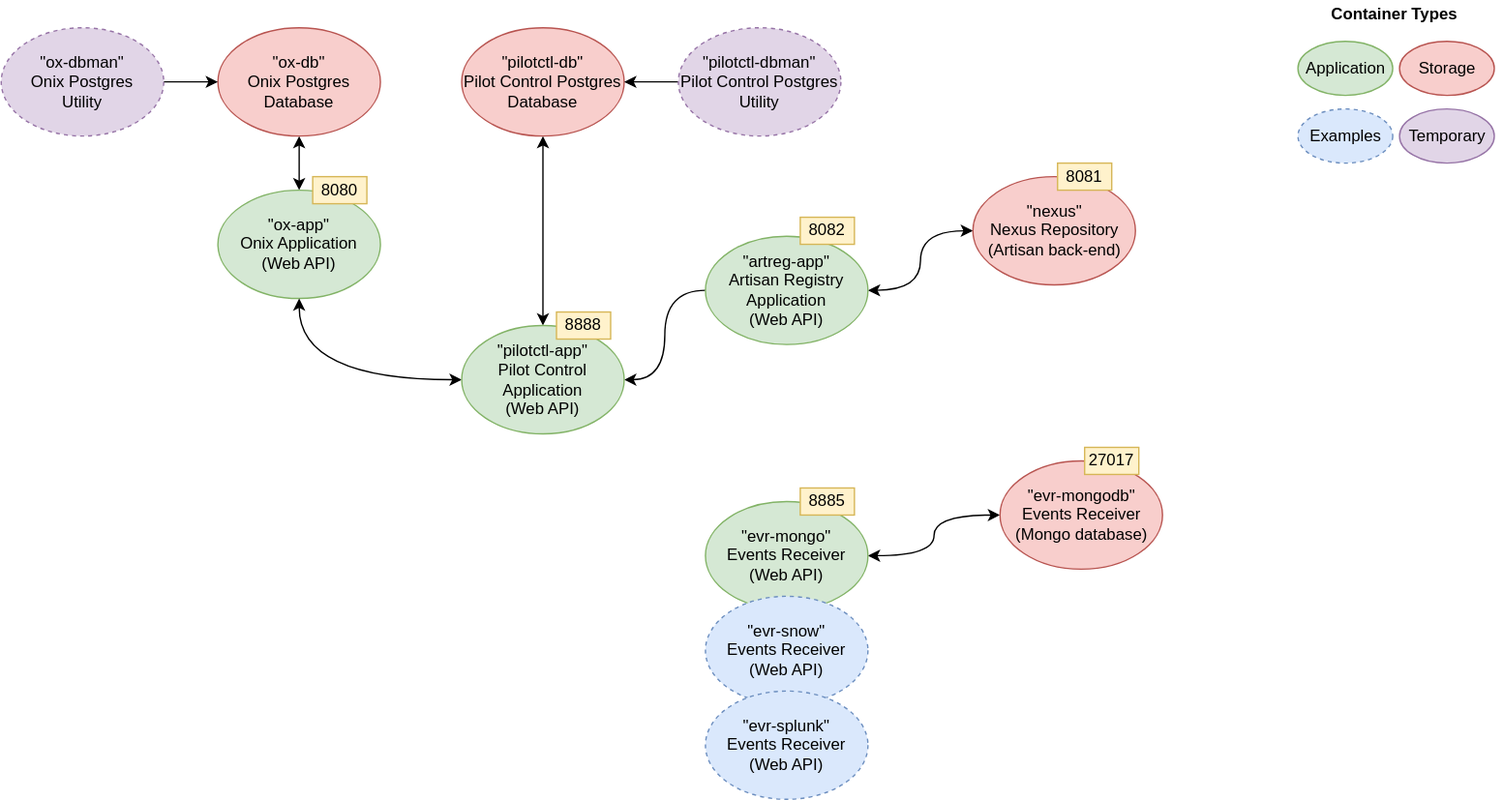
Before: pilotctl/docker/info-services.drawio.svg, a diagram exported from draw.io (gatblau/onix). Source tidied: cells renumbered, new cells last; positions are measured from the earlier drawing's top-left corner, leaving out a move shared by most shapes.
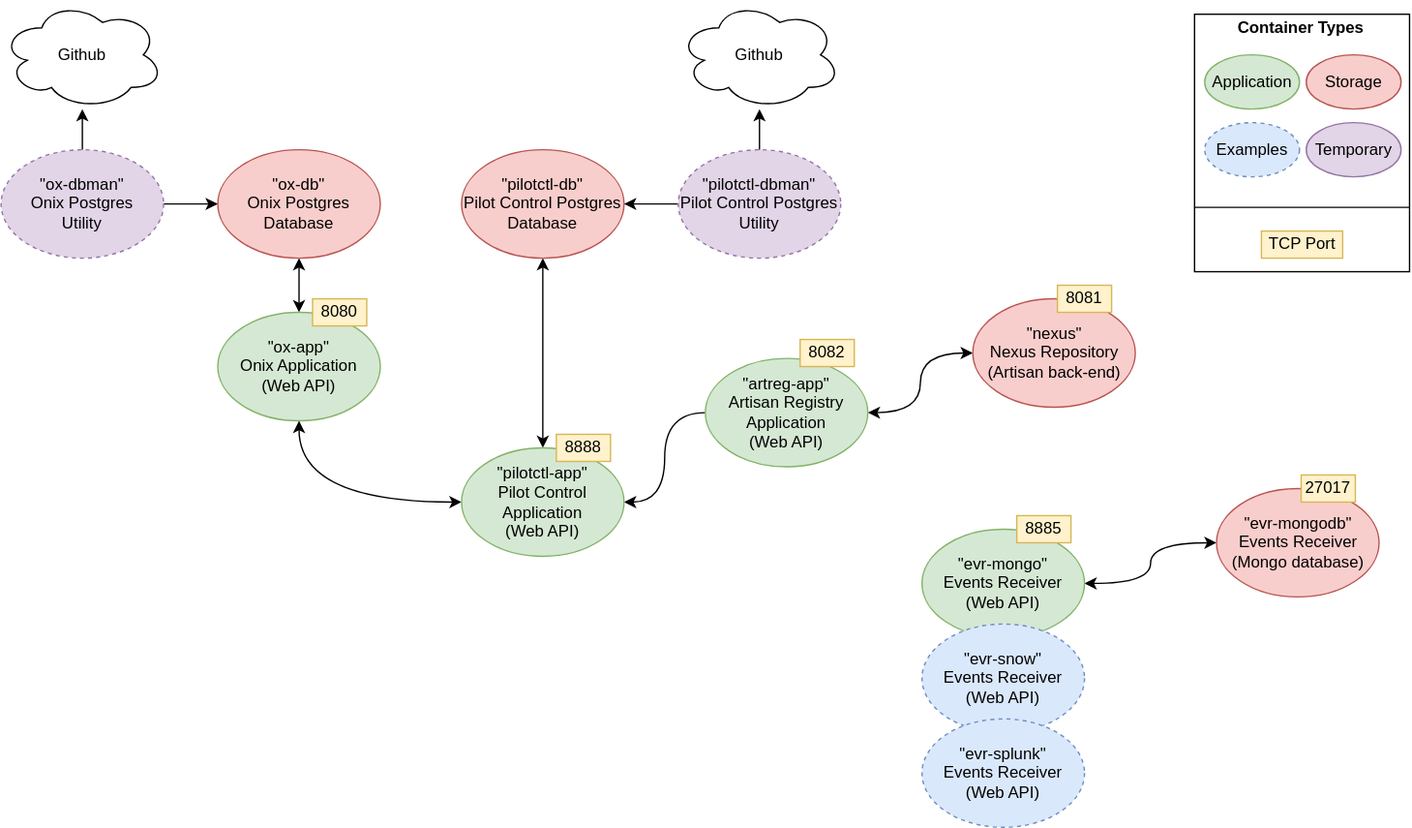
After the change.

Change to the diagram source:
```diff
@@ -2,6 +2,9 @@
   <root>
     <mxCell id="0" />
     <mxCell id="1" parent="0" />
+    <mxCell id="33" style="rounded=0;whiteSpace=wrap;html=1;" parent="1" vertex="1">
+      <mxGeometry x="881.2" y="-80" width="158.8" height="190" as="geometry" />
+    </mxCell>
     <mxCell id="2" style="edgeStyle=orthogonalEdgeStyle;rounded=0;jettySize=auto;html=1;startArrow=classic;startFill=1;curved=1;" parent="1" edge="1" source="3" target="4">
       <mxGeometry relative="1" as="geometry" />
     </mxCell>
@@ -14,6 +17,9 @@
     <mxCell id="5" style="edgeStyle=orthogonalEdgeStyle;rounded=0;jettySize=auto;html=1;curved=1;" parent="1" edge="1" source="6" target="4">
       <mxGeometry relative="1" as="geometry" />
     </mxCell>
+    <mxCell id="34" style="edgeStyle=orthogonalEdgeStyle;rounded=0;jettySize=auto;html=1;exitX=0.5;exitY=0;exitDx=0;exitDy=0;" parent="1" edge="1" source="6" target="36">
+      <mxGeometry relative="1" as="geometry" />
+    </mxCell>
     <mxCell id="6" value="&quot;ox-dbman&quot;&lt;br&gt;Onix Postgres&lt;br&gt;Utility" style="ellipse;whiteSpace=wrap;html=1;dashed=1;fillColor=#e1d5e7;strokeColor=#9673a6;" parent="1" vertex="1">
       <mxGeometry y="20" width="120" height="80" as="geometry" />
     </mxCell>
@@ -30,7 +36,7 @@
       <mxGeometry relative="1" as="geometry" />
     </mxCell>
     <mxCell id="11" value="&quot;evr-mongo&quot;&lt;br&gt;Events Receiver&lt;br&gt;(Web API)" style="ellipse;whiteSpace=wrap;html=1;fillColor=#d5e8d4;strokeColor=#82b366;" parent="1" vertex="1">
-      <mxGeometry x="520" y="370" width="120" height="80" as="geometry" />
+      <mxGeometry x="680" y="300" width="120" height="80" as="geometry" />
     </mxCell>
     <mxCell id="12" style="edgeStyle=orthogonalEdgeStyle;rounded=0;jettySize=auto;html=1;startArrow=classic;startFill=1;curved=1;" parent="1" edge="1" source="14" target="18">
       <mxGeometry relative="1" as="geometry" />
@@ -44,11 +50,14 @@
     <mxCell id="15" style="edgeStyle=orthogonalEdgeStyle;rounded=0;jettySize=auto;html=1;curved=1;" parent="1" edge="1" source="16" target="9">
       <mxGeometry relative="1" as="geometry" />
     </mxCell>
+    <mxCell id="35" style="edgeStyle=orthogonalEdgeStyle;rounded=0;jettySize=auto;html=1;exitX=0.5;exitY=0;exitDx=0;exitDy=0;" parent="1" edge="1" source="16" target="37">
+      <mxGeometry relative="1" as="geometry" />
+    </mxCell>
     <mxCell id="16" value="&quot;pilotctl-dbman&quot;&lt;br&gt;Pilot Control Postgres&lt;br&gt;Utility" style="ellipse;whiteSpace=wrap;html=1;dashed=1;fillColor=#e1d5e7;strokeColor=#9673a6;" parent="1" vertex="1">
       <mxGeometry x="500" y="20" width="120" height="80" as="geometry" />
     </mxCell>
     <mxCell id="17" value="&quot;evr-mongodb&quot;&lt;br&gt;Events Receiver&lt;br&gt;(Mongo database)" style="ellipse;whiteSpace=wrap;html=1;fillColor=#f8cecc;strokeColor=#b85450;" parent="1" vertex="1">
-      <mxGeometry x="737.5" y="340" width="120" height="80" as="geometry" />
+      <mxGeometry x="897.5" y="270" width="120" height="80" as="geometry" />
     </mxCell>
     <mxCell id="18" value="&quot;nexus&quot;&lt;br&gt;Nexus Repository&lt;br&gt;(Artisan back-end)" style="ellipse;whiteSpace=wrap;html=1;fillColor=#f8cecc;strokeColor=#b85450;" parent="1" vertex="1">
       <mxGeometry x="717.5" y="130" width="120" height="80" as="geometry" />
@@ -57,25 +66,25 @@
       <mxGeometry x="340" y="240" width="120" height="80" as="geometry" />
     </mxCell>
     <mxCell id="20" value="&quot;evr-snow&quot;&lt;br&gt;Events Receiver&lt;br&gt;(Web API)" style="ellipse;whiteSpace=wrap;html=1;fillColor=#dae8fc;strokeColor=#6c8ebf;dashed=1;" parent="1" vertex="1">
-      <mxGeometry x="520" y="440" width="120" height="80" as="geometry" />
+      <mxGeometry x="680" y="370" width="120" height="80" as="geometry" />
     </mxCell>
     <mxCell id="21" value="&quot;evr-splunk&quot;&lt;br&gt;Events Receiver&lt;br&gt;(Web API)" style="ellipse;whiteSpace=wrap;html=1;fillColor=#dae8fc;strokeColor=#6c8ebf;dashed=1;" parent="1" vertex="1">
-      <mxGeometry x="520" y="510" width="120" height="80" as="geometry" />
+      <mxGeometry x="680" y="440" width="120" height="80" as="geometry" />
     </mxCell>
     <mxCell id="22" value="Application" style="ellipse;whiteSpace=wrap;html=1;fillColor=#d5e8d4;strokeColor=#82b366;" parent="1" vertex="1">
-      <mxGeometry x="957.5" y="30" width="70" height="40" as="geometry" />
+      <mxGeometry x="888.8" y="-50" width="70" height="40" as="geometry" />
     </mxCell>
     <mxCell id="23" value="Container Types" style="text;html=1;strokeColor=none;fillColor=none;align=center;verticalAlign=middle;whiteSpace=wrap;rounded=0;fontStyle=1;" parent="1" vertex="1">
-      <mxGeometry x="950" width="157.5" height="20" as="geometry" />
+      <mxGeometry x="881.2" y="-80" width="157.5" height="20" as="geometry" />
     </mxCell>
     <mxCell id="24" value="Examples" style="ellipse;whiteSpace=wrap;html=1;fillColor=#dae8fc;strokeColor=#6c8ebf;dashed=1;" parent="1" vertex="1">
-      <mxGeometry x="957.5" y="80" width="70" height="40" as="geometry" />
+      <mxGeometry x="888.8" width="70" height="40" as="geometry" />
     </mxCell>
     <mxCell id="25" value="Temporary" style="ellipse;whiteSpace=wrap;html=1;fillColor=#e1d5e7;strokeColor=#9673a6;" parent="1" vertex="1">
-      <mxGeometry x="1032.5" y="80" width="70" height="40" as="geometry" />
+      <mxGeometry x="963.8" width="70" height="40" as="geometry" />
     </mxCell>
     <mxCell id="26" value="Storage" style="ellipse;whiteSpace=wrap;html=1;fillColor=#f8cecc;strokeColor=#b85450;" parent="1" vertex="1">
-      <mxGeometry x="1032.5" y="30" width="70" height="40" as="geometry" />
+      <mxGeometry x="963.8" y="-50" width="70" height="40" as="geometry" />
     </mxCell>
     <mxCell id="27" value="8080" style="rounded=0;whiteSpace=wrap;html=1;fillColor=#fff2cc;strokeColor=#d6b656;" parent="1" vertex="1">
       <mxGeometry x="230" y="130" width="40" height="20" as="geometry" />
@@ -90,10 +99,22 @@
       <mxGeometry x="780" y="120" width="40" height="20" as="geometry" />
     </mxCell>
     <mxCell id="31" value="8885" style="rounded=0;whiteSpace=wrap;html=1;fillColor=#fff2cc;strokeColor=#d6b656;" parent="1" vertex="1">
-      <mxGeometry x="590" y="360" width="40" height="20" as="geometry" />
+      <mxGeometry x="750" y="290" width="40" height="20" as="geometry" />
     </mxCell>
     <mxCell id="32" value="27017" style="rounded=0;whiteSpace=wrap;html=1;fillColor=#fff2cc;strokeColor=#d6b656;" parent="1" vertex="1">
-      <mxGeometry x="800" y="330" width="40" height="20" as="geometry" />
+      <mxGeometry x="960" y="260" width="40" height="20" as="geometry" />
     </mxCell>
+    <mxCell id="36" value="Github" style="ellipse;shape=cloud;whiteSpace=wrap;html=1;" parent="1" vertex="1">
+      <mxGeometry y="-90" width="120" height="80" as="geometry" />
+    </mxCell>
+    <mxCell id="37" value="Github" style="ellipse;shape=cloud;whiteSpace=wrap;html=1;" parent="1" vertex="1">
+      <mxGeometry x="500" y="-90" width="120" height="80" as="geometry" />
+    </mxCell>
+    <mxCell id="38" value="TCP Port" style="rounded=0;whiteSpace=wrap;html=1;fillColor=#fff2cc;strokeColor=#d6b656;" parent="1" vertex="1">
+      <mxGeometry x="930.6" y="80" width="60" height="20" as="geometry" />
+    </mxCell>
+    <mxCell id="39" style="endArrow=none;html=1;entryX=1;entryY=0.75;entryDx=0;entryDy=0;exitX=0;exitY=0.75;exitDx=0;exitDy=0;" parent="1" edge="1" source="33" target="33">
+      <mxGeometry relative="1" as="geometry" />
+    </mxCell>
   </root>
 </mxGraphModel>
```
